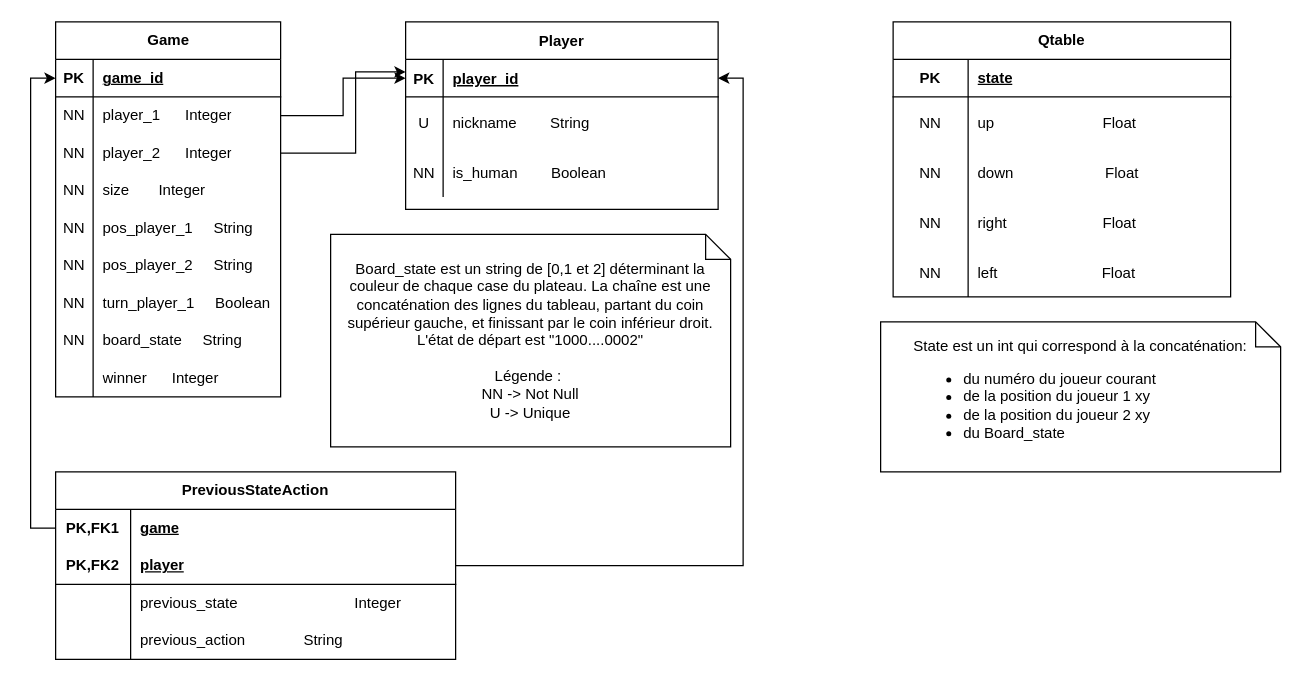
The draw.io diagram schema base de donnée.drawio in perdita96/Projet-IA, before the edit. Source tidied: cells renumbered, new cells numbered last; positions are measured from the earlier drawing's top-left corner, leaving out a move shared by most shapes. Both pictures are drawn from the tidied source at 125%, with x=0, y=0 at pixel (55, 21).
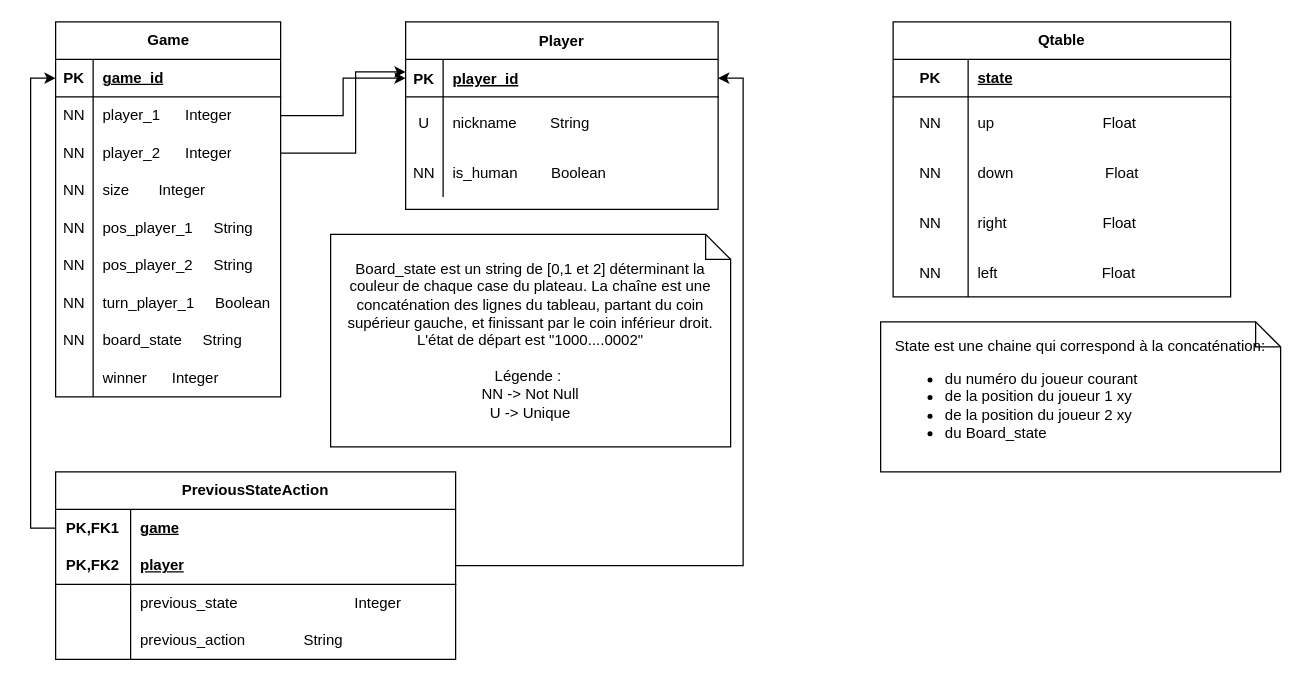
After the change.

What changed in the source:
```diff
@@
-    <mxCell id="59" value="State est un int qui correspond à la concaténation:&lt;br&gt;&lt;div style=&quot;text-align: left;&quot;&gt;&lt;ul&gt;&lt;li&gt;&lt;span style=&quot;background-color: initial;&quot;&gt;du numéro du joueur courant&lt;/span&gt;&lt;/li&gt;&lt;li&gt;&lt;span style=&quot;background-color: initial;&quot;&gt;de la position du joueur 1 xy&lt;/span&gt;&lt;/li&gt;&lt;li&gt;&lt;span style=&quot;background-color: initial;&quot;&gt;de la position du joueur 2 xy&lt;/span&gt;&lt;/li&gt;&lt;li&gt;&lt;span style=&quot;background-color: initial;&quot;&gt;du Board_state&lt;/span&gt;&lt;/li&gt;&lt;/ul&gt;&lt;/div&gt;" style="shape=note;size=20;whiteSpace=wrap;html=1;" parent="1" vertex="1">
+    <mxCell id="59" value="State est une chaine qui correspond à la concaténation:&lt;br&gt;&lt;div style=&quot;text-align: left;&quot;&gt;&lt;ul&gt;&lt;li&gt;&lt;span style=&quot;background-color: initial;&quot;&gt;du numéro du joueur courant&lt;/span&gt;&lt;/li&gt;&lt;li&gt;&lt;span style=&quot;background-color: initial;&quot;&gt;de la position du joueur 1 xy&lt;/span&gt;&lt;/li&gt;&lt;li&gt;&lt;span style=&quot;background-color: initial;&quot;&gt;de la position du joueur 2 xy&lt;/span&gt;&lt;/li&gt;&lt;li&gt;&lt;span style=&quot;background-color: initial;&quot;&gt;du Board_state&lt;/span&gt;&lt;/li&gt;&lt;/ul&gt;&lt;/div&gt;" style="shape=note;size=20;whiteSpace=wrap;html=1;" parent="1" vertex="1">
       <mxGeometry x="660" y="240" width="320" height="120" as="geometry" />
     </mxCell>
```
